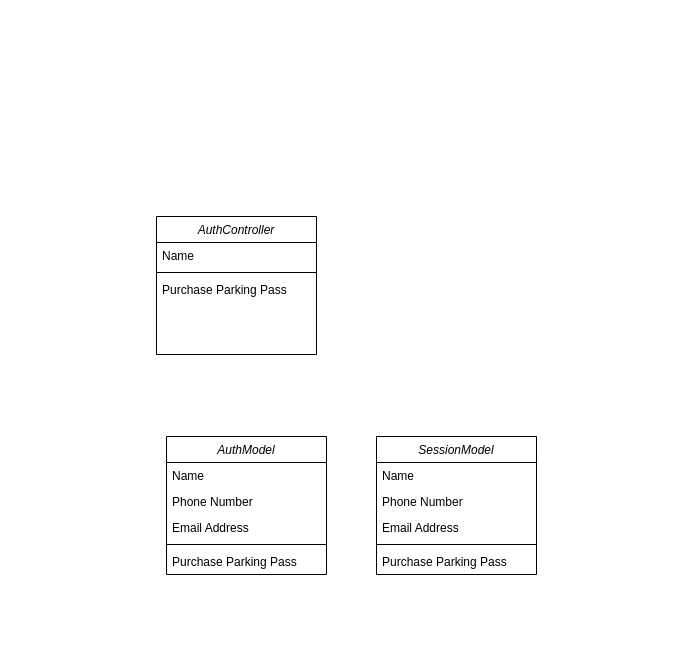
Above: docs/uml/class-diagrams/auth-server.drawio in Damon-Martin/COMP-3000-Year-2024-2025 (draw.io), before the change. Source tidied: cells renumbered, new cells numbered last; positions are measured from the earlier drawing's top-left corner, leaving out a move shared by most shapes. Both pictures are drawn from the tidied source at 100%, with x=0, y=0 at pixel (156, 216).
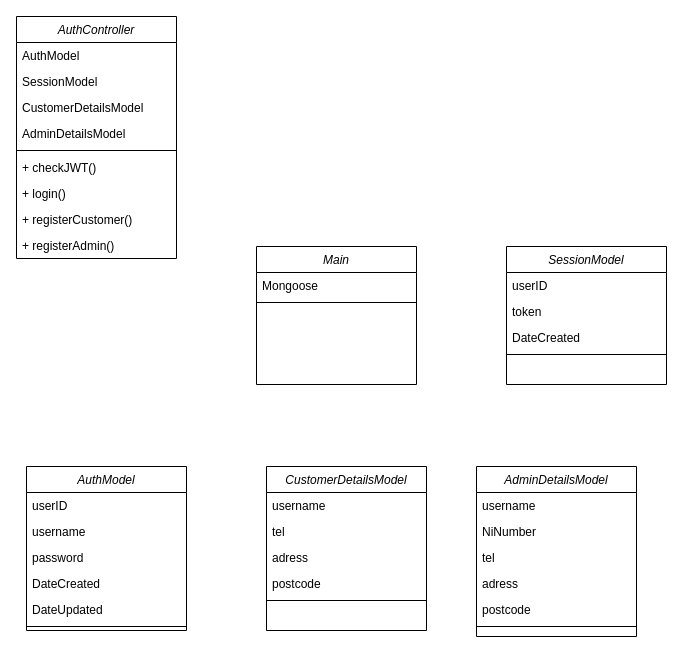
Above is the later version.

Commit message (it also covers changes not shown here):
Class Diagrams Update

The edit, as a diff of the source:
```diff
@@
     <mxCell id="2" value="AuthController" style="swimlane;fontStyle=2;align=center;verticalAlign=top;horizontal=1;startSize=26;rounded=0;shadow=0;strokeWidth=1;" parent="1" vertex="1">
-      <mxGeometry width="160" height="138" as="geometry" />
+      <mxGeometry x="-140" y="-200" width="160" height="242" as="geometry" />
     </mxCell>
-    <mxCell id="3" value="Name" style="text;align=left;verticalAlign=top;spacingLeft=4;spacingRight=4;overflow=hidden;" parent="2" vertex="1">
+    <mxCell id="3" value="AuthModel" style="text;align=left;verticalAlign=top;spacingLeft=4;spacingRight=4;overflow=hidden;" parent="2" vertex="1">
       <mxGeometry y="26" width="160" height="26" as="geometry" />
     </mxCell>
+    <mxCell id="18" value="SessionModel" style="text;align=left;verticalAlign=top;spacingLeft=4;spacingRight=4;overflow=hidden;" parent="2" vertex="1">
+      <mxGeometry y="52" width="160" height="26" as="geometry" />
+    </mxCell>
+    <mxCell id="19" value="CustomerDetailsModel" style="text;align=left;verticalAlign=top;spacingLeft=4;spacingRight=4;overflow=hidden;" parent="2" vertex="1">
+      <mxGeometry y="78" width="160" height="26" as="geometry" />
+    </mxCell>
+    <mxCell id="20" value="AdminDetailsModel" style="text;align=left;verticalAlign=top;spacingLeft=4;spacingRight=4;overflow=hidden;" parent="2" vertex="1">
+      <mxGeometry y="104" width="160" height="26" as="geometry" />
+    </mxCell>
     <mxCell id="4" style="line;html=1;strokeWidth=1;align=left;verticalAlign=middle;spacingTop=-1;spacingLeft=3;spacingRight=3;labelPosition=right;" parent="2" vertex="1">
-      <mxGeometry y="52" width="160" height="8" as="geometry" />
+      <mxGeometry y="130" width="160" height="8" as="geometry" />
     </mxCell>
-    <mxCell id="5" value="Purchase Parking Pass" style="text;align=left;verticalAlign=top;spacingLeft=4;spacingRight=4;overflow=hidden;" parent="2" vertex="1">
-      <mxGeometry y="60" width="160" height="26" as="geometry" />
+    <mxCell id="5" value="+ checkJWT()" style="text;align=left;verticalAlign=top;spacingLeft=4;spacingRight=4;overflow=hidden;" parent="2" vertex="1">
+      <mxGeometry y="138" width="160" height="26" as="geometry" />
     </mxCell>
+    <mxCell id="21" value="+ login()" style="text;align=left;verticalAlign=top;spacingLeft=4;spacingRight=4;overflow=hidden;" parent="2" vertex="1">
+      <mxGeometry y="164" width="160" height="26" as="geometry" />
+    </mxCell>
+    <mxCell id="22" value="+ registerCustomer()" style="text;align=left;verticalAlign=top;spacingLeft=4;spacingRight=4;overflow=hidden;" parent="2" vertex="1">
+      <mxGeometry y="190" width="160" height="26" as="geometry" />
+    </mxCell>
+    <mxCell id="23" value="+ registerAdmin()" style="text;align=left;verticalAlign=top;spacingLeft=4;spacingRight=4;overflow=hidden;" parent="2" vertex="1">
+      <mxGeometry y="216" width="160" height="26" as="geometry" />
+    </mxCell>
     <mxCell id="6" value="AuthModel" style="swimlane;fontStyle=2;align=center;verticalAlign=top;horizontal=1;startSize=26;rounded=0;shadow=0;strokeWidth=1;" parent="1" vertex="1">
-      <mxGeometry x="10" y="220" width="160" height="138" as="geometry" />
+      <mxGeometry x="-130" y="250" width="160" height="164" as="geometry" />
     </mxCell>
-    <mxCell id="7" value="Name" style="text;align=left;verticalAlign=top;spacingLeft=4;spacingRight=4;overflow=hidden;" parent="6" vertex="1">
+    <mxCell id="7" value="userID" style="text;align=left;verticalAlign=top;spacingLeft=4;spacingRight=4;overflow=hidden;" parent="6" vertex="1">
       <mxGeometry y="26" width="160" height="26" as="geometry" />
     </mxCell>
-    <mxCell id="8" value="Phone Number" style="text;align=left;verticalAlign=top;spacingLeft=4;spacingRight=4;overflow=hidden;rounded=0;shadow=0;html=0;" parent="6" vertex="1">
+    <mxCell id="8" value="username" style="text;align=left;verticalAlign=top;spacingLeft=4;spacingRight=4;overflow=hidden;rounded=0;shadow=0;html=0;" parent="6" vertex="1">
       <mxGeometry y="52" width="160" height="26" as="geometry" />
     </mxCell>
-    <mxCell id="9" value="Email Address" style="text;align=left;verticalAlign=top;spacingLeft=4;spacingRight=4;overflow=hidden;rounded=0;shadow=0;html=0;" parent="6" vertex="1">
+    <mxCell id="9" value="password" style="text;align=left;verticalAlign=top;spacingLeft=4;spacingRight=4;overflow=hidden;rounded=0;shadow=0;html=0;" parent="6" vertex="1">
       <mxGeometry y="78" width="160" height="26" as="geometry" />
     </mxCell>
+    <mxCell id="24" value="DateCreated" style="text;align=left;verticalAlign=top;spacingLeft=4;spacingRight=4;overflow=hidden;rounded=0;shadow=0;html=0;" parent="6" vertex="1">
+      <mxGeometry y="104" width="160" height="26" as="geometry" />
+    </mxCell>
+    <mxCell id="25" value="DateUpdated" style="text;align=left;verticalAlign=top;spacingLeft=4;spacingRight=4;overflow=hidden;rounded=0;shadow=0;html=0;" parent="6" vertex="1">
+      <mxGeometry y="130" width="160" height="26" as="geometry" />
+    </mxCell>
     <mxCell id="10" style="line;html=1;strokeWidth=1;align=left;verticalAlign=middle;spacingTop=-1;spacingLeft=3;spacingRight=3;labelPosition=right;" parent="6" vertex="1">
-      <mxGeometry y="104" width="160" height="8" as="geometry" />
+      <mxGeometry y="156" width="160" height="8" as="geometry" />
     </mxCell>
-    <mxCell id="11" value="Purchase Parking Pass" style="text;align=left;verticalAlign=top;spacingLeft=4;spacingRight=4;overflow=hidden;" parent="6" vertex="1">
-      <mxGeometry y="112" width="160" height="26" as="geometry" />
-    </mxCell>
     <mxCell id="12" value="SessionModel" style="swimlane;fontStyle=2;align=center;verticalAlign=top;horizontal=1;startSize=26;rounded=0;shadow=0;strokeWidth=1;" parent="1" vertex="1">
-      <mxGeometry x="220" y="220" width="160" height="138" as="geometry" />
+      <mxGeometry x="350" y="30" width="160" height="138" as="geometry" />
     </mxCell>
-    <mxCell id="13" value="Name" style="text;align=left;verticalAlign=top;spacingLeft=4;spacingRight=4;overflow=hidden;" parent="12" vertex="1">
-      <mxGeometry y="26" width="160" height="26" as="geometry" />
-    </mxCell>
-    <mxCell id="14" value="Phone Number" style="text;align=left;verticalAlign=top;spacingLeft=4;spacingRight=4;overflow=hidden;rounded=0;shadow=0;html=0;" parent="12" vertex="1">
-      <mxGeometry y="52" width="160" height="26" as="geometry" />
+    <mxCell id="14" value="userID" style="text;align=left;verticalAlign=top;spacingLeft=4;spacingRight=4;overflow=hidden;rounded=0;shadow=0;html=0;" parent="12" vertex="1">
+      <mxGeometry y="26" width="160" height="26" as="geometry" />
     </mxCell>
-    <mxCell id="15" value="Email Address" style="text;align=left;verticalAlign=top;spacingLeft=4;spacingRight=4;overflow=hidden;rounded=0;shadow=0;html=0;" parent="12" vertex="1">
-      <mxGeometry y="78" width="160" height="26" as="geometry" />
+    <mxCell id="15" value="token" style="text;align=left;verticalAlign=top;spacingLeft=4;spacingRight=4;overflow=hidden;rounded=0;shadow=0;html=0;" parent="12" vertex="1">
+      <mxGeometry y="52" width="160" height="26" as="geometry" />
     </mxCell>
+    <mxCell id="26" value="DateCreated" style="text;align=left;verticalAlign=top;spacingLeft=4;spacingRight=4;overflow=hidden;rounded=0;shadow=0;html=0;" parent="12" vertex="1">
+      <mxGeometry y="78" width="160" height="26" as="geometry" />
+    </mxCell>
@@
-    <mxCell id="17" value="Purchase Parking Pass" style="text;align=left;verticalAlign=top;spacingLeft=4;spacingRight=4;overflow=hidden;" parent="12" vertex="1">
-      <mxGeometry y="112" width="160" height="26" as="geometry" />
-    </mxCell>
+    <mxCell id="27" value="CustomerDetailsModel" style="swimlane;fontStyle=2;align=center;verticalAlign=top;horizontal=1;startSize=26;rounded=0;shadow=0;strokeWidth=1;" parent="1" vertex="1">
+      <mxGeometry x="110" y="250" width="160" height="164" as="geometry" />
+    </mxCell>
+    <mxCell id="13" value="username" style="text;align=left;verticalAlign=top;spacingLeft=4;spacingRight=4;overflow=hidden;" parent="27" vertex="1">
+      <mxGeometry y="26" width="160" height="26" as="geometry" />
+    </mxCell>
+    <mxCell id="28" value="tel" style="text;align=left;verticalAlign=top;spacingLeft=4;spacingRight=4;overflow=hidden;rounded=0;shadow=0;html=0;" parent="27" vertex="1">
+      <mxGeometry y="52" width="160" height="26" as="geometry" />
+    </mxCell>
+    <mxCell id="29" value="adress" style="text;align=left;verticalAlign=top;spacingLeft=4;spacingRight=4;overflow=hidden;rounded=0;shadow=0;html=0;" parent="27" vertex="1">
+      <mxGeometry y="78" width="160" height="26" as="geometry" />
+    </mxCell>
+    <mxCell id="30" value="postcode" style="text;align=left;verticalAlign=top;spacingLeft=4;spacingRight=4;overflow=hidden;rounded=0;shadow=0;html=0;" parent="27" vertex="1">
+      <mxGeometry y="104" width="160" height="26" as="geometry" />
+    </mxCell>
+    <mxCell id="31" style="line;html=1;strokeWidth=1;align=left;verticalAlign=middle;spacingTop=-1;spacingLeft=3;spacingRight=3;labelPosition=right;" parent="27" vertex="1">
+      <mxGeometry y="130" width="160" height="8" as="geometry" />
+    </mxCell>
+    <mxCell id="32" value="AdminDetailsModel" style="swimlane;fontStyle=2;align=center;verticalAlign=top;horizontal=1;startSize=26;rounded=0;shadow=0;strokeWidth=1;" parent="1" vertex="1">
+      <mxGeometry x="320" y="250" width="160" height="170" as="geometry" />
+    </mxCell>
+    <mxCell id="33" value="username" style="text;align=left;verticalAlign=top;spacingLeft=4;spacingRight=4;overflow=hidden;" parent="32" vertex="1">
+      <mxGeometry y="26" width="160" height="26" as="geometry" />
+    </mxCell>
+    <mxCell id="34" value="NiNumber" style="text;align=left;verticalAlign=top;spacingLeft=4;spacingRight=4;overflow=hidden;rounded=0;shadow=0;html=0;" parent="32" vertex="1">
+      <mxGeometry y="52" width="160" height="26" as="geometry" />
+    </mxCell>
+    <mxCell id="35" value="tel" style="text;align=left;verticalAlign=top;spacingLeft=4;spacingRight=4;overflow=hidden;rounded=0;shadow=0;html=0;" parent="32" vertex="1">
+      <mxGeometry y="78" width="160" height="26" as="geometry" />
+    </mxCell>
+    <mxCell id="36" value="adress" style="text;align=left;verticalAlign=top;spacingLeft=4;spacingRight=4;overflow=hidden;rounded=0;shadow=0;html=0;" parent="32" vertex="1">
+      <mxGeometry y="104" width="160" height="26" as="geometry" />
+    </mxCell>
+    <mxCell id="37" value="postcode" style="text;align=left;verticalAlign=top;spacingLeft=4;spacingRight=4;overflow=hidden;rounded=0;shadow=0;html=0;" parent="32" vertex="1">
+      <mxGeometry y="130" width="160" height="26" as="geometry" />
+    </mxCell>
+    <mxCell id="38" style="line;html=1;strokeWidth=1;align=left;verticalAlign=middle;spacingTop=-1;spacingLeft=3;spacingRight=3;labelPosition=right;" parent="32" vertex="1">
+      <mxGeometry y="156" width="160" height="8" as="geometry" />
+    </mxCell>
+    <mxCell id="39" value="Main" style="swimlane;fontStyle=2;align=center;verticalAlign=top;horizontal=1;startSize=26;rounded=0;shadow=0;strokeWidth=1;" parent="1" vertex="1">
+      <mxGeometry x="100" y="30" width="160" height="138" as="geometry" />
+    </mxCell>
+    <mxCell id="40" value="Mongoose" style="text;align=left;verticalAlign=top;spacingLeft=4;spacingRight=4;overflow=hidden;rounded=0;shadow=0;html=0;" parent="39" vertex="1">
+      <mxGeometry y="26" width="160" height="26" as="geometry" />
+    </mxCell>
+    <mxCell id="41" style="line;html=1;strokeWidth=1;align=left;verticalAlign=middle;spacingTop=-1;spacingLeft=3;spacingRight=3;labelPosition=right;" parent="39" vertex="1">
+      <mxGeometry y="52" width="160" height="8" as="geometry" />
+    </mxCell>
```
